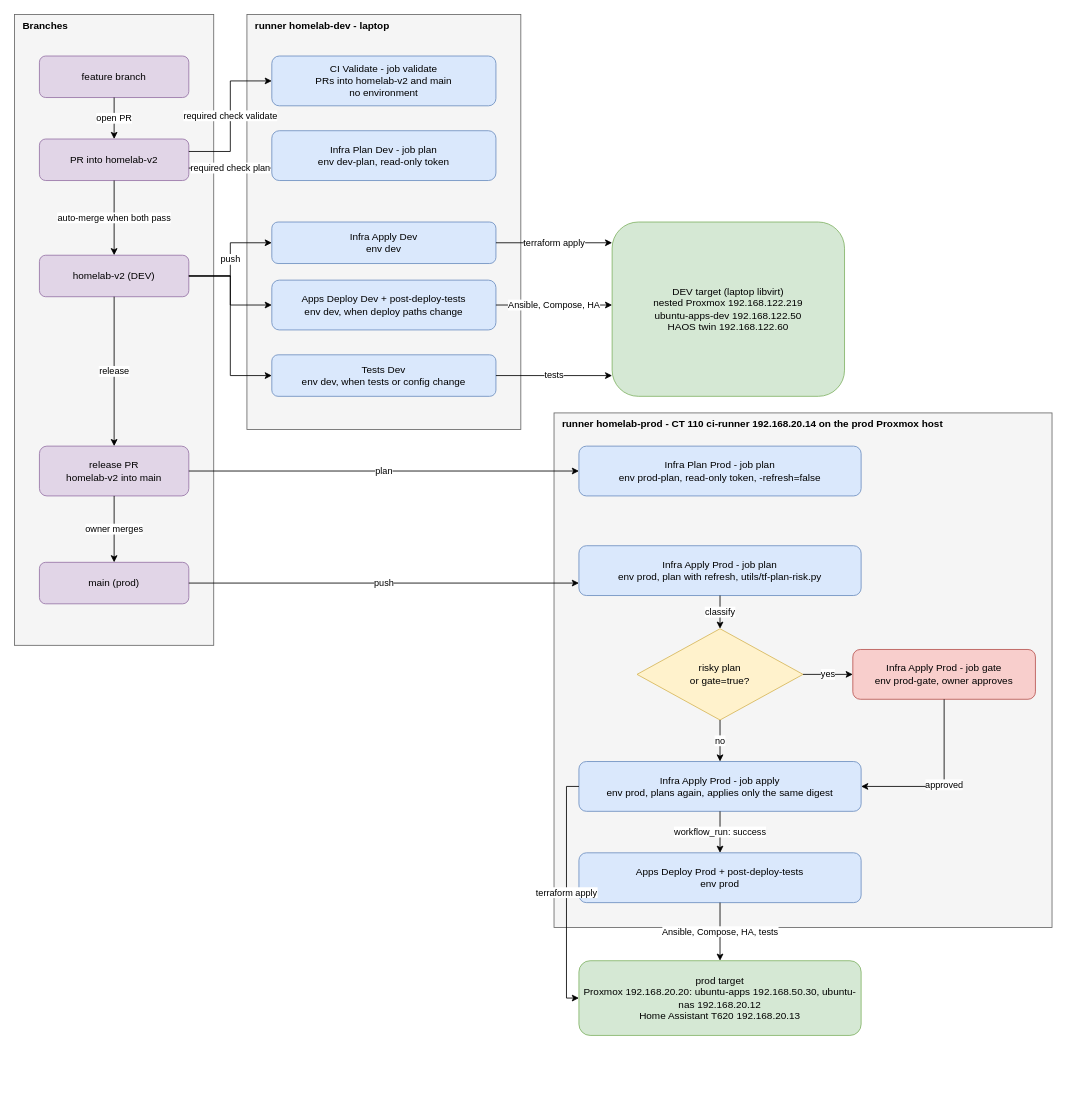
Before: docs/diagrams/change-flow.drawio in DaveKadziola/homelab, a draw.io diagram. Source tidied: cells renumbered, new cells numbered last; positions are measured from the earlier drawing's top-left corner, leaving out a move shared by most shapes. Both pictures are drawn from the tidied source at 83%, with x=0, y=0 at pixel (14, 14).
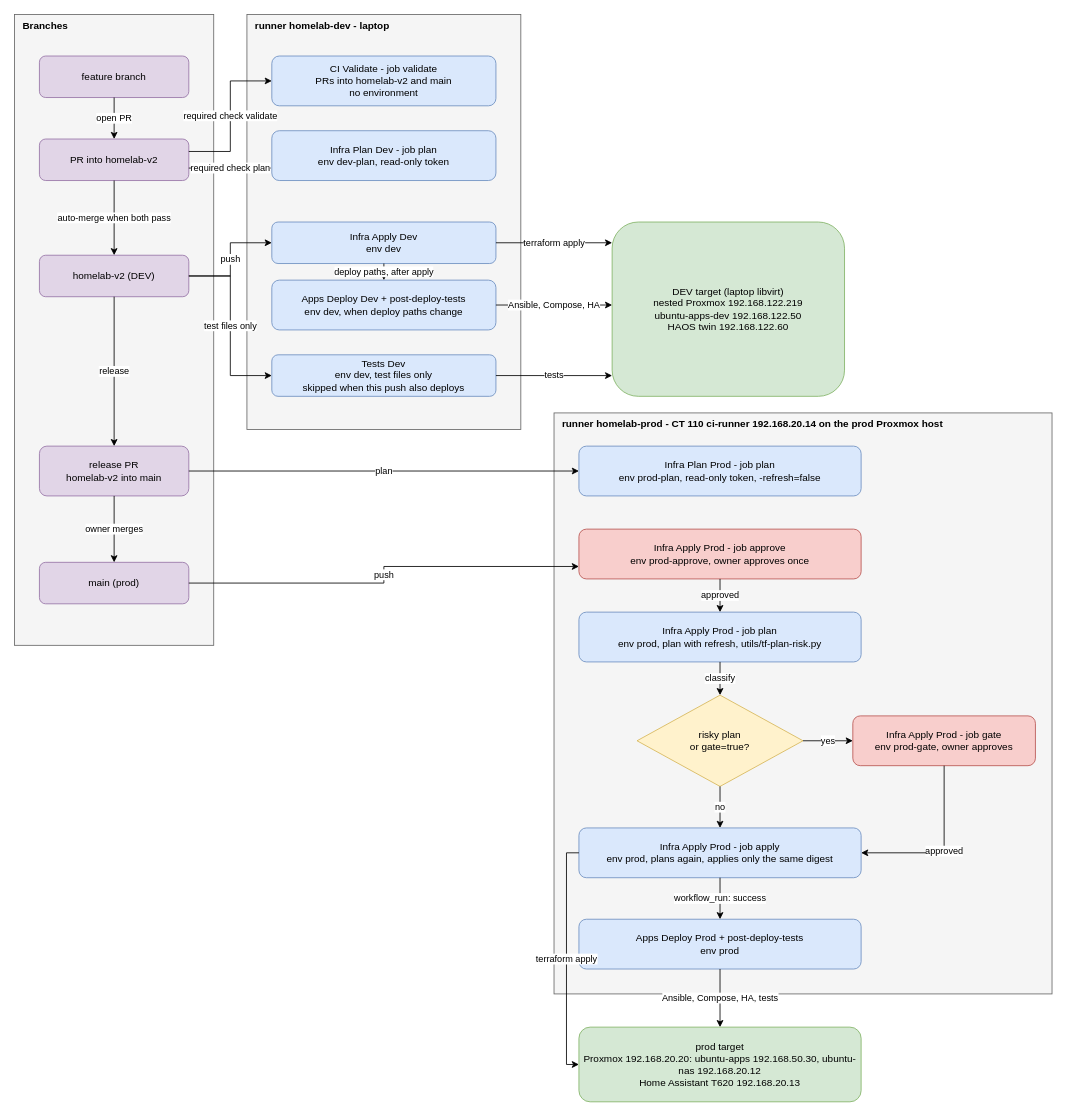
The same page after the edit.

Commit message (it also covers changes not shown here):
docs: bring the change-flow and backup diagrams up to date

Unchanged cells that the change refers to:
```xml
<mxCell id="3" value="runner homelab-dev - laptop" style="rounded=0;whiteSpace=wrap;html=1;verticalAlign=top;align=left;spacingLeft=8;fontStyle=1;fillColor=#f5f5f5;strokeColor=#666666;" parent="1" vertex="1">
  <mxGeometry x="280" width="330" height="500" as="geometry" />
</mxCell>
<mxCell id="7" value="homelab-v2 (DEV)" style="rounded=1;whiteSpace=wrap;html=1;fillColor=#e1d5e7;strokeColor=#9673a6;" parent="2" vertex="1">
  <mxGeometry x="30" y="290" width="180" height="50" as="geometry" />
</mxCell>
<mxCell id="9" value="main (prod)" style="rounded=1;whiteSpace=wrap;html=1;fillColor=#e1d5e7;strokeColor=#9673a6;" parent="2" vertex="1">
  <mxGeometry x="30" y="660" width="180" height="50" as="geometry" />
</mxCell>
<mxCell id="12" value="Infra Apply Dev&lt;br&gt;env dev" style="rounded=1;whiteSpace=wrap;html=1;fillColor=#dae8fc;strokeColor=#6c8ebf;" parent="3" vertex="1">
  <mxGeometry x="30" y="250" width="270" height="50" as="geometry" />
</mxCell>
<mxCell id="13" value="Apps Deploy Dev + post-deploy-tests&lt;br&gt;env dev, when deploy paths change" style="rounded=1;whiteSpace=wrap;html=1;fillColor=#dae8fc;strokeColor=#6c8ebf;" parent="3" vertex="1">
  <mxGeometry x="30" y="320" width="270" height="60" as="geometry" />
</mxCell>
```

Change to the diagram source:
```diff
@@
     <mxCell id="4" value="runner homelab-prod - CT 110 ci-runner 192.168.20.14 on the prod Proxmox host" style="rounded=0;whiteSpace=wrap;html=1;verticalAlign=top;align=left;spacingLeft=8;fontStyle=1;fillColor=#f5f5f5;strokeColor=#666666;" parent="1" vertex="1">
-      <mxGeometry x="650" y="480" width="600" height="620" as="geometry" />
+      <mxGeometry x="650" y="480" width="600" height="700" as="geometry" />
     </mxCell>
@@
-    <mxCell id="14" value="Tests Dev&lt;br&gt;env dev, when tests or config change" style="rounded=1;whiteSpace=wrap;html=1;fillColor=#dae8fc;strokeColor=#6c8ebf;" parent="3" vertex="1">
+    <mxCell id="14" value="Tests Dev&lt;br&gt;env dev, test files only&lt;br&gt;skipped when this push also deploys" style="rounded=1;whiteSpace=wrap;html=1;fillColor=#dae8fc;strokeColor=#6c8ebf;" parent="3" vertex="1">
       <mxGeometry x="30" y="410" width="270" height="50" as="geometry" />
     </mxCell>
@@
+    <mxCell id="44" value="Infra Apply Prod - job approve&lt;br&gt;env prod-approve, owner approves once" style="rounded=1;whiteSpace=wrap;html=1;fillColor=#f8cecc;strokeColor=#b85450;" parent="4" vertex="1">
+      <mxGeometry x="30" y="140" width="340" height="60" as="geometry" />
+    </mxCell>
     <mxCell id="17" value="Infra Apply Prod - job plan&lt;br&gt;env prod, plan with refresh, utils/tf-plan-risk.py" style="rounded=1;whiteSpace=wrap;html=1;fillColor=#dae8fc;strokeColor=#6c8ebf;" parent="4" vertex="1">
-      <mxGeometry x="30" y="160" width="340" height="60" as="geometry" />
+      <mxGeometry x="30" y="240" width="340" height="60" as="geometry" />
     </mxCell>
     <mxCell id="18" value="risky plan&lt;br&gt;or gate=true?" style="rhombus;whiteSpace=wrap;html=1;fillColor=#fff2cc;strokeColor=#d6b656;" parent="4" vertex="1">
-      <mxGeometry x="100" y="260" width="200" height="110" as="geometry" />
+      <mxGeometry x="100" y="340" width="200" height="110" as="geometry" />
     </mxCell>
     <mxCell id="19" value="Infra Apply Prod - job gate&lt;br&gt;env prod-gate, owner approves" style="rounded=1;whiteSpace=wrap;html=1;fillColor=#f8cecc;strokeColor=#b85450;" parent="4" vertex="1">
-      <mxGeometry x="360" y="285" width="220" height="60" as="geometry" />
+      <mxGeometry x="360" y="365" width="220" height="60" as="geometry" />
     </mxCell>
     <mxCell id="20" value="Infra Apply Prod - job apply&lt;br&gt;env prod, plans again, applies only the same digest" style="rounded=1;whiteSpace=wrap;html=1;fillColor=#dae8fc;strokeColor=#6c8ebf;" parent="4" vertex="1">
-      <mxGeometry x="30" y="420" width="340" height="60" as="geometry" />
+      <mxGeometry x="30" y="500" width="340" height="60" as="geometry" />
     </mxCell>
     <mxCell id="21" value="Apps Deploy Prod + post-deploy-tests&lt;br&gt;env prod" style="rounded=1;whiteSpace=wrap;html=1;fillColor=#dae8fc;strokeColor=#6c8ebf;" parent="4" vertex="1">
-      <mxGeometry x="30" y="530" width="340" height="60" as="geometry" />
+      <mxGeometry x="30" y="610" width="340" height="60" as="geometry" />
     </mxCell>
     <mxCell id="22" value="prod target&lt;br&gt;Proxmox 192.168.20.20: ubuntu-apps 192.168.50.30, ubuntu-nas 192.168.20.12&lt;br&gt;Home Assistant T620 192.168.20.13" style="rounded=1;whiteSpace=wrap;html=1;fillColor=#d5e8d4;strokeColor=#82b366;" parent="1" vertex="1">
-      <mxGeometry x="680" y="1140" width="340" height="90" as="geometry" />
+      <mxGeometry x="680" y="1220" width="340" height="90" as="geometry" />
     </mxCell>
@@
-    <mxCell id="28" style="edgeStyle=orthogonalEdgeStyle;rounded=0;jettySize=auto;html=1;fontSize=11;exitX=1;exitY=0.5;exitDx=0;exitDy=0;entryX=0;entryY=0.5;entryDx=0;entryDy=0;" parent="1" edge="1" source="7" target="13">
-      <mxGeometry relative="1" as="geometry">
-        <Array as="points">
-          <mxPoint x="260" y="315" />
-          <mxPoint x="260" y="350" />
-        </Array>
-      </mxGeometry>
+    <mxCell id="28" value="deploy paths, after apply" style="edgeStyle=orthogonalEdgeStyle;rounded=0;jettySize=auto;html=1;fontSize=11;exitX=0.5;exitY=1;exitDx=0;exitDy=0;entryX=0.5;entryY=0;entryDx=0;entryDy=0;" parent="1" edge="1" source="12" target="13">
+      <mxGeometry relative="1" as="geometry" />
     </mxCell>
-    <mxCell id="29" style="edgeStyle=orthogonalEdgeStyle;rounded=0;jettySize=auto;html=1;fontSize=11;exitX=1;exitY=0.5;exitDx=0;exitDy=0;entryX=0;entryY=0.5;entryDx=0;entryDy=0;" parent="1" edge="1" source="7" target="14">
+    <mxCell id="29" value="test files only" style="edgeStyle=orthogonalEdgeStyle;rounded=0;jettySize=auto;html=1;fontSize=11;exitX=1;exitY=0.5;exitDx=0;exitDy=0;entryX=0;entryY=0.5;entryDx=0;entryDy=0;" parent="1" edge="1" source="7" target="14">
       <mxGeometry relative="1" as="geometry">
         <Array as="points">
           <mxPoint x="260" y="315" />
           <mxPoint x="260" y="435" />
         </Array>
       </mxGeometry>
     </mxCell>
@@
-    <mxCell id="36" value="push" style="edgeStyle=orthogonalEdgeStyle;rounded=0;jettySize=auto;html=1;fontSize=11;exitX=1;exitY=0.5;exitDx=0;exitDy=0;entryX=0;entryY=0.75;entryDx=0;entryDy=0;" parent="1" edge="1" source="9" target="17">
+    <mxCell id="36" value="push" style="edgeStyle=orthogonalEdgeStyle;rounded=0;jettySize=auto;html=1;fontSize=11;exitX=1;exitY=0.5;exitDx=0;exitDy=0;entryX=0;entryY=0.75;entryDx=0;entryDy=0;" parent="1" edge="1" source="9" target="44">
       <mxGeometry relative="1" as="geometry" />
     </mxCell>
+    <mxCell id="45" value="approved" style="edgeStyle=orthogonalEdgeStyle;rounded=0;jettySize=auto;html=1;fontSize=11;" parent="1" edge="1" source="44" target="17">
+      <mxGeometry relative="1" as="geometry" />
+    </mxCell>
@@
     <mxCell id="42" value="terraform apply" style="edgeStyle=orthogonalEdgeStyle;rounded=0;jettySize=auto;html=1;fontSize=11;exitX=0;exitY=0.5;exitDx=0;exitDy=0;entryX=0;entryY=0.5;entryDx=0;entryDy=0;" parent="1" edge="1" source="20" target="22">
       <mxGeometry relative="1" as="geometry">
         <Array as="points">
-          <mxPoint x="665" y="930" />
-          <mxPoint x="665" y="1185" />
+          <mxPoint x="665" y="1010" />
+          <mxPoint x="665" y="1265" />
         </Array>
       </mxGeometry>
     </mxCell>
```
